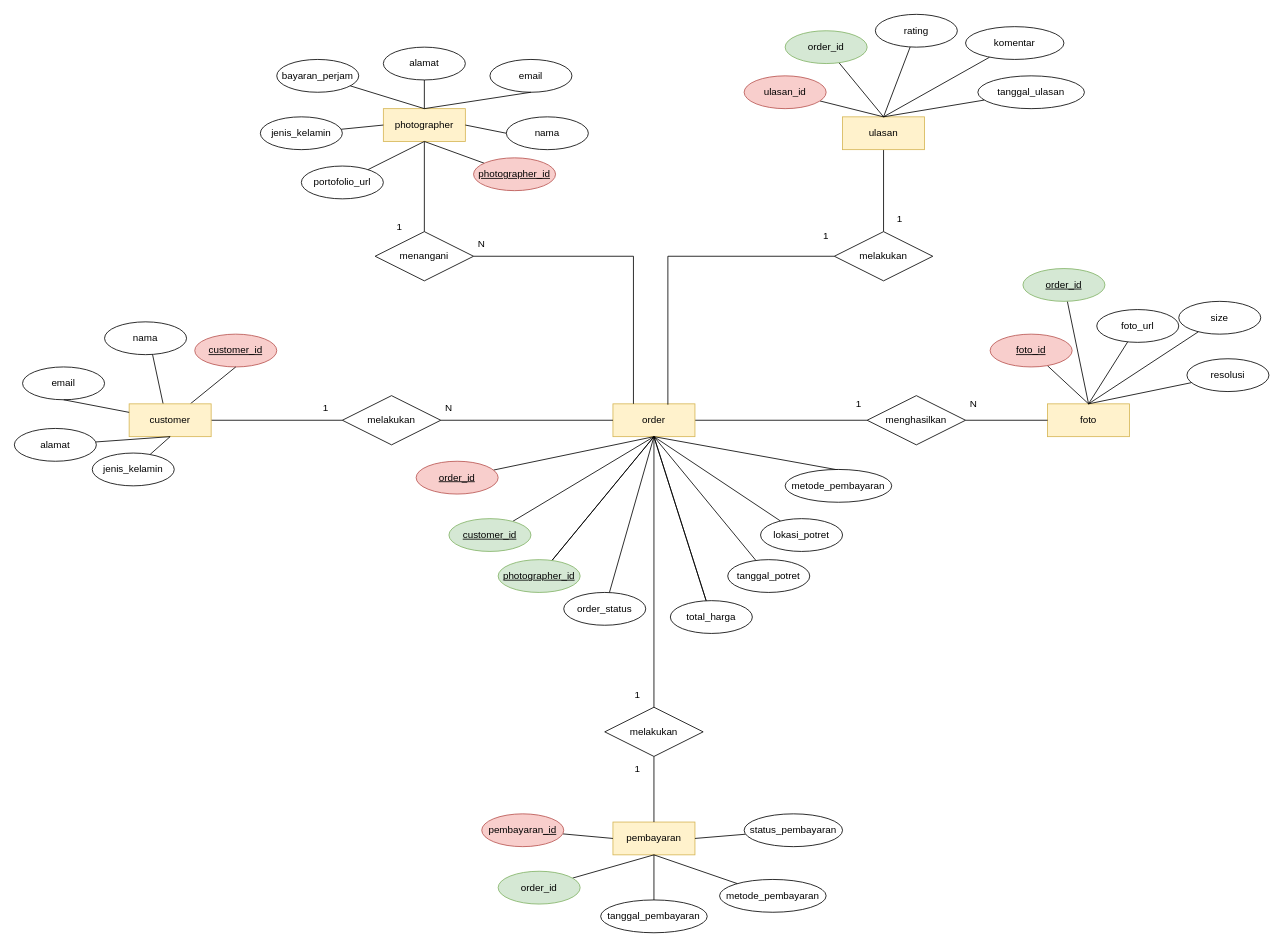
Above: Untitled Diagram.drawio in dhendisyafaa/drawio (draw.io), before the change. Source tidied: cells renumbered, new cells numbered last; positions are measured from the earlier drawing's top-left corner, leaving out a move shared by most shapes. Both pictures are drawn from the tidied source at 82%, with x=0, y=0 at pixel (14, 14).
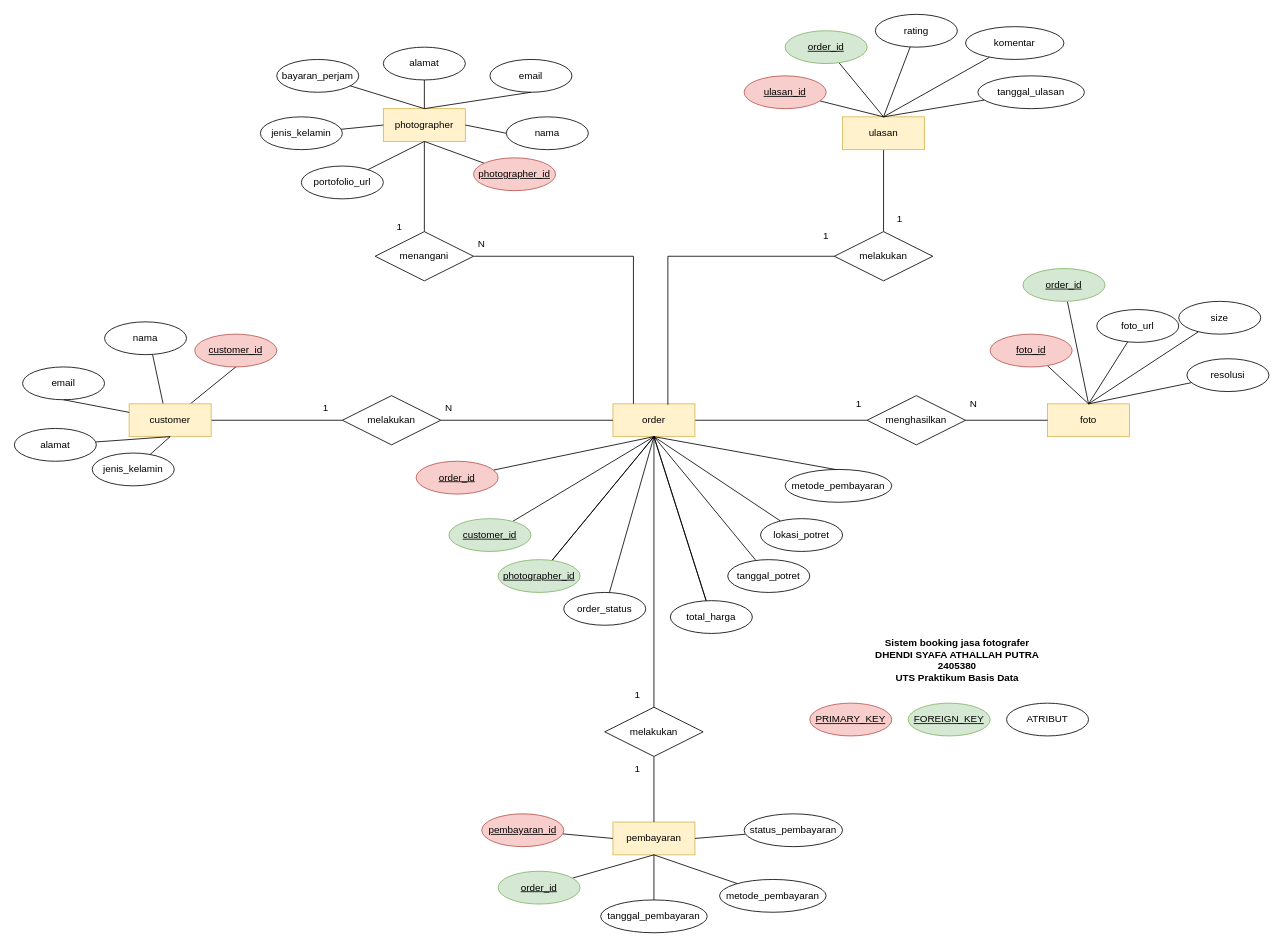
The same diagram, later.

Commit message:
Update booking photographer Diagram.drawio

Change to the diagram source:
```diff
@@
-    <mxCell id="65" value="pembayaran&lt;u&gt;_id&lt;/u&gt;" style="ellipse;whiteSpace=wrap;html=1;align=center;fillColor=#f8cecc;strokeColor=#b85450;" parent="1" vertex="1">
+    <mxCell id="65" value="&lt;u&gt;pembayaran_id&lt;/u&gt;" style="ellipse;whiteSpace=wrap;html=1;align=center;fillColor=#f8cecc;strokeColor=#b85450;" parent="1" vertex="1">
       <mxGeometry x="570" y="975" width="100" height="40" as="geometry" />
     </mxCell>
@@
-    <mxCell id="67" value="order_id" style="ellipse;whiteSpace=wrap;html=1;align=center;fillColor=#d5e8d4;strokeColor=#82b366;" parent="1" vertex="1">
+    <mxCell id="67" value="&lt;u&gt;order_id&lt;/u&gt;" style="ellipse;whiteSpace=wrap;html=1;align=center;fillColor=#d5e8d4;strokeColor=#82b366;" parent="1" vertex="1">
       <mxGeometry x="590" y="1045" width="100" height="40" as="geometry" />
     </mxCell>
@@
-    <mxCell id="77" value="ulasan_id" style="ellipse;whiteSpace=wrap;html=1;align=center;fillColor=#f8cecc;strokeColor=#b85450;" parent="1" vertex="1">
+    <mxCell id="77" value="&lt;u&gt;ulasan_id&lt;/u&gt;" style="ellipse;whiteSpace=wrap;html=1;align=center;fillColor=#f8cecc;strokeColor=#b85450;" parent="1" vertex="1">
       <mxGeometry x="890" y="75" width="100" height="40" as="geometry" />
     </mxCell>
@@
-    <mxCell id="79" value="order_id" style="ellipse;whiteSpace=wrap;html=1;align=center;fillColor=#d5e8d4;strokeColor=#82b366;" parent="1" vertex="1">
+    <mxCell id="79" value="&lt;u&gt;order_id&lt;/u&gt;" style="ellipse;whiteSpace=wrap;html=1;align=center;fillColor=#d5e8d4;strokeColor=#82b366;" parent="1" vertex="1">
       <mxGeometry x="940" y="20" width="100" height="40" as="geometry" />
     </mxCell>
@@
+    <mxCell id="105" style="group;" parent="1" vertex="1">
+      <mxGeometry x="970" y="780" width="340" height="100" as="geometry" />
+    </mxCell>
+    <mxCell id="106" value="&lt;u&gt;PRIMARY_KEY&lt;/u&gt;" style="ellipse;whiteSpace=wrap;html=1;align=center;fillColor=#f8cecc;strokeColor=#b85450;" parent="105" vertex="1">
+      <mxGeometry y="60" width="100" height="40" as="geometry" />
+    </mxCell>
+    <mxCell id="107" value="&lt;u&gt;FOREIGN_KEY&lt;/u&gt;" style="ellipse;whiteSpace=wrap;html=1;align=center;fillColor=#d5e8d4;strokeColor=#82b366;" parent="105" vertex="1">
+      <mxGeometry x="120" y="60" width="100" height="40" as="geometry" />
+    </mxCell>
+    <mxCell id="108" value="ATRIBUT" style="ellipse;whiteSpace=wrap;html=1;align=center;" parent="105" vertex="1">
+      <mxGeometry x="240" y="60" width="100" height="40" as="geometry" />
+    </mxCell>
+    <mxCell id="109" value="&lt;div&gt;&lt;b&gt;Sistem booking jasa fotografer&lt;/b&gt;&lt;/div&gt;&lt;div&gt;&lt;b&gt;DHENDI SYAFA ATHALLAH PUTRA 2405380&lt;/b&gt;&lt;/div&gt;&lt;div&gt;&lt;b&gt;UTS Praktikum Basis Data&lt;/b&gt;&lt;/div&gt;&lt;div&gt;&lt;b&gt;&lt;br&gt;&lt;/b&gt;&lt;/div&gt;" style="text;html=1;align=center;verticalAlign=middle;whiteSpace=wrap;rounded=0;" parent="105" vertex="1">
+      <mxGeometry x="60" width="240" height="30" as="geometry" />
+    </mxCell>
```
